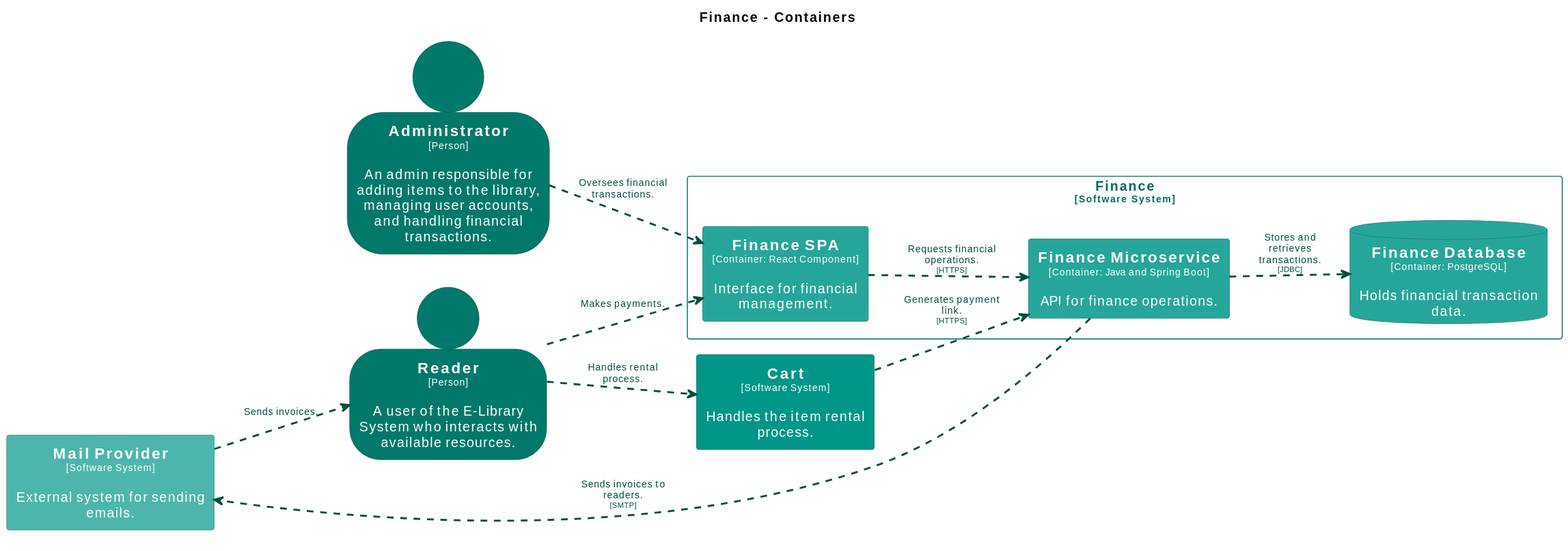
Earlier version of the PlantUML export main/svg/Container-006.svg (Goodmorning918/E-Library-Architecture). Its source is kept beside it as main/puml/Container-006.puml.
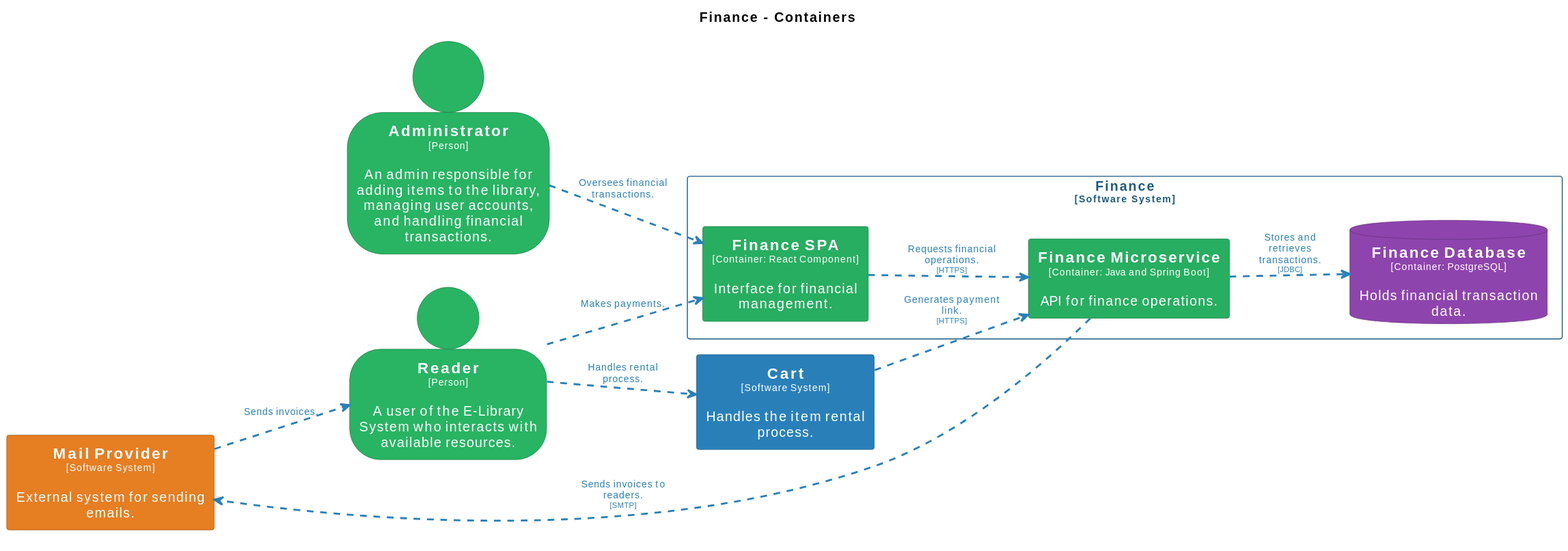
Later version of the same file.

Change to the diagram source:
```diff
@@ -14,50 +14,50 @@
 hide stereotype
 
 skinparam person<<Administrator>> {
-  BackgroundColor #00796b
+  BackgroundColor #28b463
   FontColor #ffffff
-  BorderColor #00544a
+  BorderColor #1c7d45
   shadowing false
 }
 skinparam rectangle<<Cart>> {
-  BackgroundColor #009688
+  BackgroundColor #2980b9
   FontColor #ffffff
-  BorderColor #00695f
+  BorderColor #1c5981
   shadowing false
 }
 skinparam database<<Finance.FinanceDatabase>> {
-  BackgroundColor #26a69a
+  BackgroundColor #8e44ad
   FontColor #ffffff
-  BorderColor #1a746b
+  BorderColor #632f79
   shadowing false
 }
 skinparam rectangle<<Finance.FinanceMicroservice>> {
-  BackgroundColor #26a69a
+  BackgroundColor #27ae60
   FontColor #ffffff
-  BorderColor #1a746b
+  BorderColor #1b7943
   shadowing false
 }
 skinparam rectangle<<Finance.FinanceSPA>> {
-  BackgroundColor #26a69a
+  BackgroundColor #27ae60
   FontColor #ffffff
-  BorderColor #1a746b
+  BorderColor #1b7943
   shadowing false
 }
 skinparam rectangle<<MailProvider>> {
-  BackgroundColor #4db6ac
+  BackgroundColor #e67e22
   FontColor #ffffff
-  BorderColor #357f78
+  BorderColor #a15817
   shadowing false
 }
 skinparam person<<Reader>> {
-  BackgroundColor #00796b
+  BackgroundColor #28b463
   FontColor #ffffff
-  BorderColor #00544a
+  BorderColor #1c7d45
   shadowing false
 }
 skinparam rectangle<<Finance>> {
-  BorderColor #00695f
-  FontColor #00695f
+  BorderColor #1c5981
+  FontColor #1c5981
   shadowing false
 }
 
@@ -72,12 +72,12 @@
   database "==Finance Database\n<size:10>[Container: PostgreSQL]</size>\n\nHolds financial transaction data." <<Finance.FinanceDatabase>> as Finance.FinanceDatabase
 }
 
-Reader .[#004d40,thickness=2].> Cart : "<color:#004d40>Handles rental process."
-MailProvider .[#004d40,thickness=2].> Reader : "<color:#004d40>Sends invoices."
-Reader .[#004d40,thickness=2].> Finance.FinanceSPA : "<color:#004d40>Makes payments."
-Administrator .[#004d40,thickness=2].> Finance.FinanceSPA : "<color:#004d40>Oversees financial transactions."
-Cart .[#004d40,thickness=2].> Finance.FinanceMicroservice : "<color:#004d40>Generates payment link.\n<color:#004d40><size:8>[HTTPS]</size>"
-Finance.FinanceSPA .[#004d40,thickness=2].> Finance.FinanceMicroservice : "<color:#004d40>Requests financial operations.\n<color:#004d40><size:8>[HTTPS]</size>"
-Finance.FinanceMicroservice .[#004d40,thickness=2].> Finance.FinanceDatabase : "<color:#004d40>Stores and retrieves transactions.\n<color:#004d40><size:8>[JDBC]</size>"
-Finance.FinanceMicroservice .[#004d40,thickness=2].> MailProvider : "<color:#004d40>Sends invoices to readers.\n<color:#004d40><size:8>[SMTP]</size>"
+Reader .[#2980b9,thickness=2].> Cart : "<color:#2980b9>Handles rental process."
+MailProvider .[#2980b9,thickness=2].> Reader : "<color:#2980b9>Sends invoices."
+Reader .[#2980b9,thickness=2].> Finance.FinanceSPA : "<color:#2980b9>Makes payments."
+Administrator .[#2980b9,thickness=2].> Finance.FinanceSPA : "<color:#2980b9>Oversees financial transactions."
+Cart .[#2980b9,thickness=2].> Finance.FinanceMicroservice : "<color:#2980b9>Generates payment link.\n<color:#2980b9><size:8>[HTTPS]</size>"
+Finance.FinanceSPA .[#2980b9,thickness=2].> Finance.FinanceMicroservice : "<color:#2980b9>Requests financial operations.\n<color:#2980b9><size:8>[HTTPS]</size>"
+Finance.FinanceMicroservice .[#2980b9,thickness=2].> Finance.FinanceDatabase : "<color:#2980b9>Stores and retrieves transactions.\n<color:#2980b9><size:8>[JDBC]</size>"
+Finance.FinanceMicroservice .[#2980b9,thickness=2].> MailProvider : "<color:#2980b9>Sends invoices to readers.\n<color:#2980b9><size:8>[SMTP]</size>"
 @enduml
```
